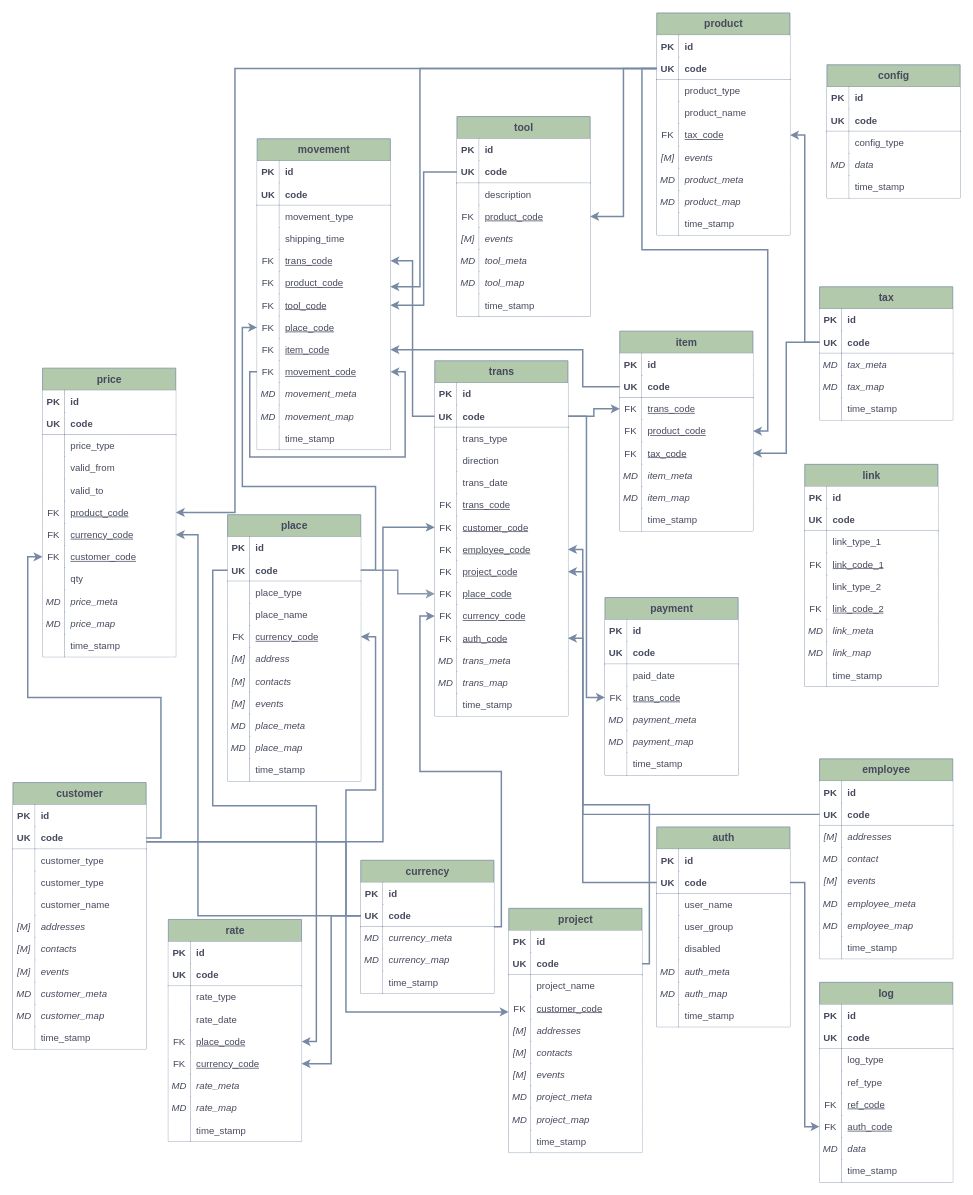
Before: docs/plan/nom_rel.drawio in nervatura/nervatura, a draw.io diagram. Source tidied: cells renumbered, new cells numbered last; positions are measured from the earlier drawing's top-left corner, leaving out a move shared by most shapes. Both pictures are drawn from the tidied source at 74%, with x=0, y=0 at pixel (13, 13).
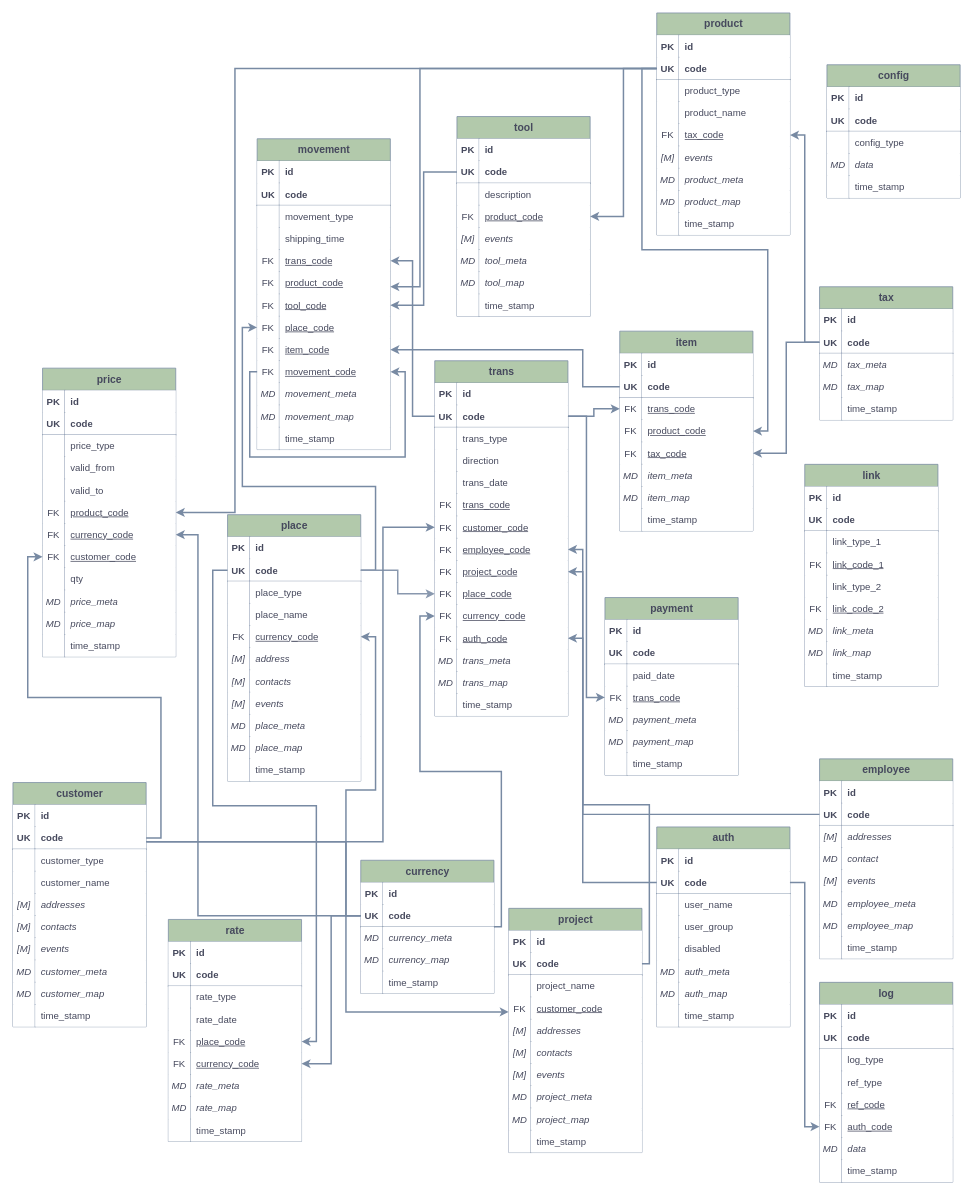
After the change.

Change to the diagram source:
```diff
@@
     <mxCell id="3" value="customer" style="shape=table;startSize=30;childLayout=tableLayout;rowLines=0;fontStyle=1;align=center;html=1;labelBackgroundColor=none;fillColor=#B2C9AB;strokeColor=#788AA3;fontColor=#46495D;fontSize=14;rounded=0;" parent="1" vertex="1">
-      <mxGeometry y="1040" width="180" height="360" as="geometry" />
+      <mxGeometry y="1040" width="180" height="330" as="geometry" />
     </mxCell>
@@
-    <mxCell id="13" style="shape=tableRow;horizontal=0;startSize=0;swimlaneHead=0;swimlaneBody=0;fillColor=none;top=0;left=0;right=0;bottom=0;labelBackgroundColor=none;strokeColor=#788AA3;fontColor=#46495D;rounded=0;" parent="3" vertex="1">
-      <mxGeometry y="120" width="180" height="30" as="geometry" />
-    </mxCell>
-    <mxCell id="14" style="shape=partialRectangle;fillColor=default;top=0;left=0;bottom=0;right=1;overflow=hidden;whiteSpace=wrap;html=1;labelBackgroundColor=none;strokeColor=#788AA3;fontColor=#46495D;fontSize=13;rounded=0;" parent="13" vertex="1">
-      <mxGeometry width="30" height="30" as="geometry" />
-    </mxCell>
-    <mxCell id="15" value="customer_type" style="shape=partialRectangle;fillColor=default;top=0;left=0;bottom=0;right=0;align=left;spacingLeft=6;overflow=hidden;whiteSpace=wrap;html=1;labelBackgroundColor=none;strokeColor=#788AA3;fontColor=#46495D;fontSize=13;rounded=0;" parent="13" vertex="1">
-      <mxGeometry x="30" width="150" height="30" as="geometry" />
-    </mxCell>
     <mxCell id="16" style="shape=tableRow;horizontal=0;startSize=0;swimlaneHead=0;swimlaneBody=0;fillColor=none;top=0;left=0;right=0;bottom=0;labelBackgroundColor=none;strokeColor=#788AA3;fontColor=#46495D;rounded=0;" parent="3" vertex="1">
-      <mxGeometry y="150" width="180" height="30" as="geometry" />
+      <mxGeometry y="120" width="180" height="30" as="geometry" />
     </mxCell>
@@
     <mxCell id="19" style="shape=tableRow;horizontal=0;startSize=0;swimlaneHead=0;swimlaneBody=0;fillColor=none;top=0;left=0;right=0;bottom=0;labelBackgroundColor=none;strokeColor=#788AA3;fontColor=#46495D;rounded=0;" parent="3" vertex="1">
-      <mxGeometry y="180" width="180" height="30" as="geometry" />
+      <mxGeometry y="150" width="180" height="30" as="geometry" />
     </mxCell>
@@
     <mxCell id="22" style="shape=tableRow;horizontal=0;startSize=0;swimlaneHead=0;swimlaneBody=0;fillColor=none;top=0;left=0;right=0;bottom=0;labelBackgroundColor=none;strokeColor=#788AA3;fontColor=#46495D;rounded=0;" parent="3" vertex="1">
-      <mxGeometry y="210" width="180" height="30" as="geometry" />
+      <mxGeometry y="180" width="180" height="30" as="geometry" />
     </mxCell>
@@
     <mxCell id="25" style="shape=tableRow;horizontal=0;startSize=0;swimlaneHead=0;swimlaneBody=0;fillColor=none;top=0;left=0;right=0;bottom=0;labelBackgroundColor=none;strokeColor=#788AA3;fontColor=#46495D;rounded=0;" parent="3" vertex="1">
-      <mxGeometry y="240" width="180" height="30" as="geometry" />
+      <mxGeometry y="210" width="180" height="30" as="geometry" />
     </mxCell>
@@
     <mxCell id="28" style="shape=tableRow;horizontal=0;startSize=0;swimlaneHead=0;swimlaneBody=0;fillColor=none;top=0;left=0;right=0;bottom=0;labelBackgroundColor=none;strokeColor=#788AA3;fontColor=#46495D;rounded=0;" parent="3" vertex="1">
-      <mxGeometry y="270" width="180" height="30" as="geometry" />
+      <mxGeometry y="240" width="180" height="30" as="geometry" />
     </mxCell>
@@
     <mxCell id="31" style="shape=tableRow;horizontal=0;startSize=0;swimlaneHead=0;swimlaneBody=0;fillColor=none;top=0;left=0;right=0;bottom=0;labelBackgroundColor=none;strokeColor=#788AA3;fontColor=#46495D;rounded=0;" parent="3" vertex="1">
-      <mxGeometry y="300" width="180" height="30" as="geometry" />
+      <mxGeometry y="270" width="180" height="30" as="geometry" />
     </mxCell>
@@
     <mxCell id="34" style="shape=tableRow;horizontal=0;startSize=0;swimlaneHead=0;swimlaneBody=0;fillColor=none;top=0;left=0;right=0;bottom=0;labelBackgroundColor=none;strokeColor=#788AA3;fontColor=#46495D;rounded=0;" parent="3" vertex="1">
-      <mxGeometry y="330" width="180" height="30" as="geometry" />
+      <mxGeometry y="300" width="180" height="30" as="geometry" />
     </mxCell>
```
